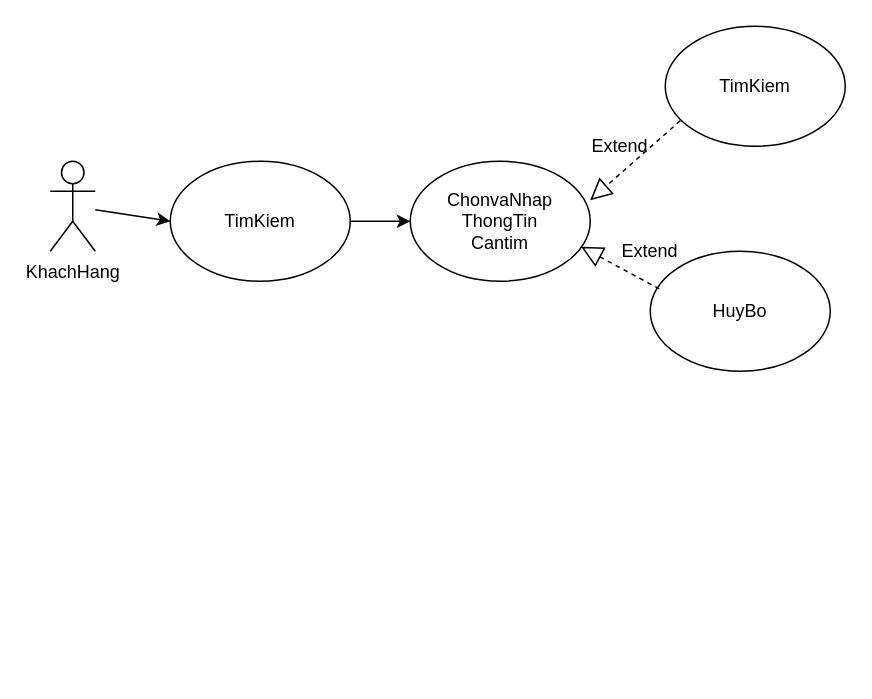
Above: page "timkiemuser" (3 of 19) of usecasetongquatbds.drawio in phamhieudev/BatDongSan (draw.io), before the change. Source tidied: cells renumbered, new cells numbered last; positions are measured from the earlier drawing's top-left corner, leaving out a move shared by most shapes. Both pictures are drawn from the tidied source at 150%, with x=0, y=0 at pixel (50, 26).
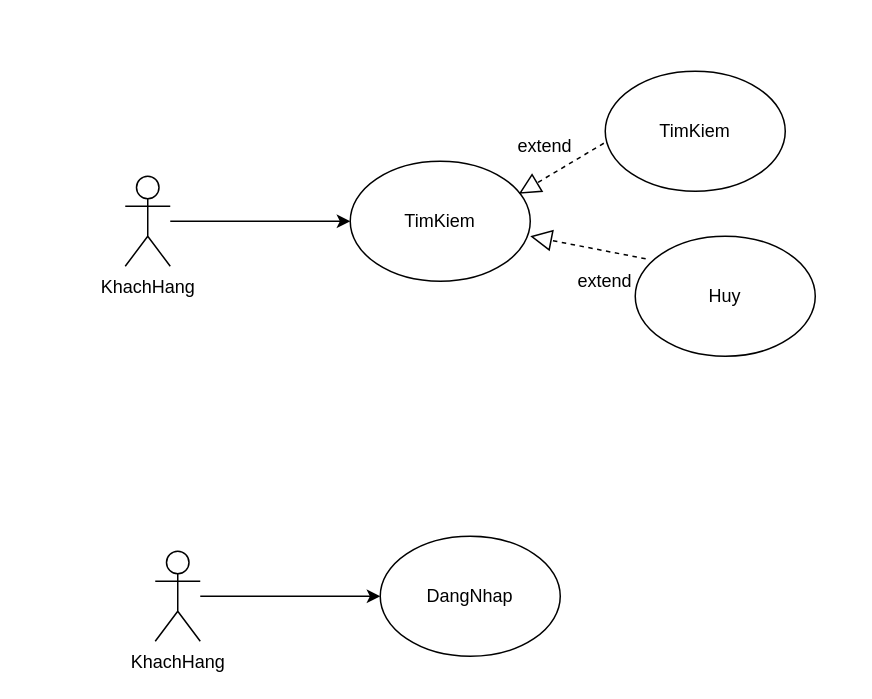
The same diagram, later.

The edit, as a diff of the source:
```diff
@@
 <mxGraphModel>
   <root>
     <mxCell id="0" />
     <mxCell id="1" parent="0" />
     <mxCell id="2" value="KhachHang" style="shape=umlActor;verticalLabelPosition=bottom;verticalAlign=top;html=1;outlineConnect=0;" parent="1" vertex="1">
-      <mxGeometry y="90" width="30" height="60" as="geometry" />
+      <mxGeometry x="50" y="100" width="30" height="60" as="geometry" />
     </mxCell>
     <mxCell id="3" value="TimKiem" style="ellipse;whiteSpace=wrap;html=1;" parent="1" vertex="1">
-      <mxGeometry x="80" y="90" width="120" height="80" as="geometry" />
+      <mxGeometry x="200" y="90" width="120" height="80" as="geometry" />
     </mxCell>
-    <mxCell id="4" value="ChonvaNhap&lt;br&gt;ThongTin&lt;br&gt;Cantim" style="ellipse;whiteSpace=wrap;html=1;" parent="1" vertex="1">
-      <mxGeometry x="240" y="90" width="120" height="80" as="geometry" />
-    </mxCell>
+    <mxCell id="7" style="endArrow=classic;html=1;entryX=0;entryY=0.5;entryDx=0;entryDy=0;" parent="1" edge="1" source="2" target="3">
+      <mxGeometry relative="1" as="geometry" />
+    </mxCell>
     <mxCell id="5" value="TimKiem" style="ellipse;whiteSpace=wrap;html=1;" parent="1" vertex="1">
-      <mxGeometry x="410" width="120" height="80" as="geometry" />
+      <mxGeometry x="370" y="30" width="120" height="80" as="geometry" />
     </mxCell>
-    <mxCell id="6" value="HuyBo" style="ellipse;whiteSpace=wrap;html=1;" parent="1" vertex="1">
-      <mxGeometry x="400" y="150" width="120" height="80" as="geometry" />
-    </mxCell>
-    <mxCell id="7" style="endArrow=classic;html=1;entryX=0;entryY=0.5;entryDx=0;entryDy=0;" parent="1" edge="1" source="2" target="3">
-      <mxGeometry relative="1" as="geometry" />
-    </mxCell>
-    <mxCell id="8" style="endArrow=classic;html=1;exitX=1;exitY=0.5;exitDx=0;exitDy=0;entryX=0;entryY=0.5;entryDx=0;entryDy=0;" parent="1" edge="1" source="3" target="4">
-      <mxGeometry relative="1" as="geometry" />
-    </mxCell>
-    <mxCell id="9" style="endArrow=block;dashed=1;endFill=0;endSize=12;html=1;entryX=1;entryY=0.325;entryDx=0;entryDy=0;entryPerimeter=0;exitX=0.083;exitY=0.788;exitDx=0;exitDy=0;exitPerimeter=0;" parent="1" edge="1" source="5" target="4">
-      <mxGeometry relative="1" as="geometry" />
-    </mxCell>
-    <mxCell id="10" style="endArrow=block;dashed=1;endFill=0;endSize=12;html=1;entryX=0.95;entryY=0.713;entryDx=0;entryDy=0;entryPerimeter=0;exitX=0.05;exitY=0.313;exitDx=0;exitDy=0;exitPerimeter=0;" parent="1" edge="1" source="6" target="4">
-      <mxGeometry relative="1" as="geometry" />
-    </mxCell>
-    <mxCell id="11" value="Extend" style="text;html=1;strokeColor=none;fillColor=none;align=center;verticalAlign=middle;whiteSpace=wrap;rounded=0;" parent="1" vertex="1">
-      <mxGeometry x="360" y="70" width="40" height="20" as="geometry" />
-    </mxCell>
-    <mxCell id="12" value="Extend" style="text;html=1;strokeColor=none;fillColor=none;align=center;verticalAlign=middle;whiteSpace=wrap;rounded=0;" parent="1" vertex="1">
-      <mxGeometry x="380" y="140" width="40" height="20" as="geometry" />
-    </mxCell>
+    <mxCell id="13" value="Huy" style="ellipse;whiteSpace=wrap;html=1;" parent="1" vertex="1">
+      <mxGeometry x="390" y="140" width="120" height="80" as="geometry" />
+    </mxCell>
+    <mxCell id="14" style="endArrow=block;dashed=1;endFill=0;endSize=12;html=1;entryX=1;entryY=0;entryDx=0;entryDy=0;exitX=-0.008;exitY=0.6;exitDx=0;exitDy=0;exitPerimeter=0;" parent="1" edge="1" source="5">
+      <mxGeometry relative="1" as="geometry">
+        <mxPoint x="312.4" y="111.7" as="targetPoint" />
+      </mxGeometry>
+    </mxCell>
+    <mxCell id="15" style="endArrow=block;dashed=1;endFill=0;endSize=12;html=1;entryX=1;entryY=0.625;entryDx=0;entryDy=0;exitX=0.058;exitY=0.188;exitDx=0;exitDy=0;exitPerimeter=0;entryPerimeter=0;" parent="1" edge="1" source="13" target="3">
+      <mxGeometry relative="1" as="geometry" />
+    </mxCell>
+    <mxCell id="16" value="extend" style="text;html=1;strokeColor=none;fillColor=none;align=center;verticalAlign=middle;whiteSpace=wrap;rounded=0;" parent="1" vertex="1">
+      <mxGeometry x="310" y="70" width="40" height="20" as="geometry" />
+    </mxCell>
+    <mxCell id="17" value="extend" style="text;html=1;strokeColor=none;fillColor=none;align=center;verticalAlign=middle;whiteSpace=wrap;rounded=0;" parent="1" vertex="1">
+      <mxGeometry x="350" y="160" width="40" height="20" as="geometry" />
+    </mxCell>
+    <mxCell id="18" value="KhachHang" style="shape=umlActor;verticalLabelPosition=bottom;verticalAlign=top;html=1;outlineConnect=0;" parent="1" vertex="1">
+      <mxGeometry x="70" y="350" width="30" height="60" as="geometry" />
+    </mxCell>
+    <mxCell id="19" value="DangNhap" style="ellipse;whiteSpace=wrap;html=1;" parent="1" vertex="1">
+      <mxGeometry x="220" y="340" width="120" height="80" as="geometry" />
+    </mxCell>
+    <mxCell id="20" style="endArrow=classic;html=1;entryX=0;entryY=0.5;entryDx=0;entryDy=0;" parent="1" edge="1" source="18" target="19">
+      <mxGeometry relative="1" as="geometry" />
+    </mxCell>
   </root>
 </mxGraphModel>
```
